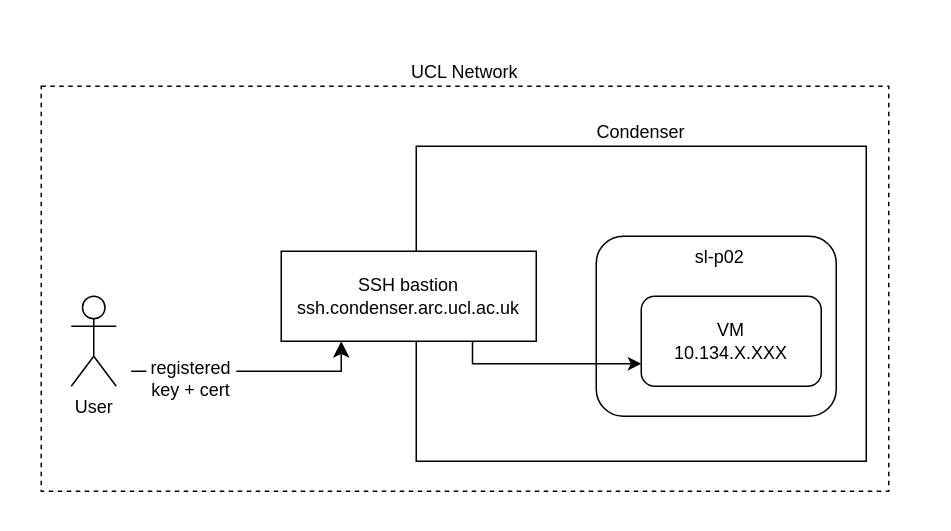
Before: page "SSH" (3 of 4) of assets/intro-to-condenser.drawio in UCL-ARC/condenser-workshop-intro, a draw.io diagram. Source tidied: cells renumbered, new cells numbered last; positions are measured from the earlier drawing's top-left corner, leaving out a move shared by most shapes. Both pictures are drawn from the tidied source at 150%, with x=0, y=0 at pixel (40, 56).
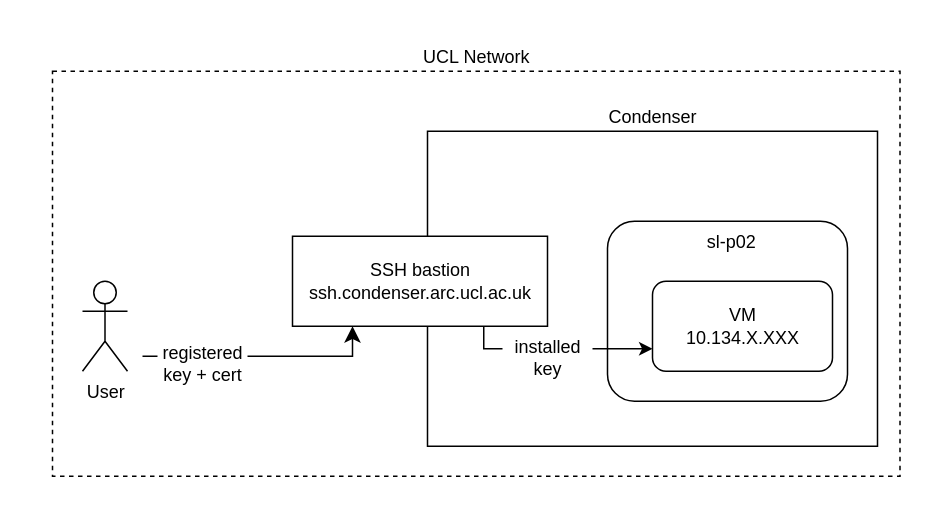
The same page after the edit.

Diff of the diagram source:
```diff
@@
 <mxGraphModel background="#ffffff">
   <root>
     <mxCell id="0" />
     <mxCell id="1" parent="0" />
-    <mxCell id="2" style="rounded=0;whiteSpace=wrap;html=1;strokeColor=none;" parent="1" vertex="1">
-      <mxGeometry width="570" height="290" as="geometry" />
-    </mxCell>
+    <mxCell id="13" style="rounded=0;whiteSpace=wrap;html=1;strokeColor=none;" parent="1" vertex="1">
+      <mxGeometry x="-10" y="-20" width="600" height="320" as="geometry" />
+    </mxCell>
+    <mxCell id="14" style="group;" parent="1" vertex="1">
+      <mxGeometry x="7.5" y="10" width="565" height="270" as="geometry" />
+    </mxCell>
-    <mxCell id="3" value="UCL Network" style="rounded=0;whiteSpace=wrap;html=1;dashed=1;align=center;labelPosition=center;verticalLabelPosition=top;verticalAlign=bottom;" parent="1" vertex="1">
-      <mxGeometry y="20" width="565" height="270" as="geometry" />
+    <mxCell id="3" value="UCL Network" style="rounded=0;whiteSpace=wrap;html=1;dashed=1;align=center;labelPosition=center;verticalLabelPosition=top;verticalAlign=bottom;" parent="14" vertex="1">
+      <mxGeometry width="565" height="270" as="geometry" />
     </mxCell>
-    <mxCell id="4" value="Condenser" style="rounded=0;whiteSpace=wrap;html=1;labelPosition=center;verticalLabelPosition=top;align=center;verticalAlign=bottom;" parent="1" vertex="1">
-      <mxGeometry x="250" y="60" width="300" height="210" as="geometry" />
+    <mxCell id="4" value="Condenser" style="rounded=0;whiteSpace=wrap;html=1;labelPosition=center;verticalLabelPosition=top;align=center;verticalAlign=bottom;" parent="14" vertex="1">
+      <mxGeometry x="250" y="40" width="300" height="210" as="geometry" />
     </mxCell>
-    <mxCell id="5" value="SSH bastion&lt;div&gt;ssh.condenser.arc.ucl.ac.uk&lt;/div&gt;" style="rounded=0;whiteSpace=wrap;html=1;" parent="1" vertex="1">
-      <mxGeometry x="160" y="130" width="170" height="60" as="geometry" />
+    <mxCell id="5" value="SSH bastion&lt;div&gt;ssh.condenser.arc.ucl.ac.uk&lt;/div&gt;" style="rounded=0;whiteSpace=wrap;html=1;" parent="14" vertex="1">
+      <mxGeometry x="160" y="110" width="170" height="60" as="geometry" />
     </mxCell>
-    <mxCell id="6" value="User" style="shape=umlActor;verticalLabelPosition=bottom;verticalAlign=top;html=1;" parent="1" vertex="1">
-      <mxGeometry x="20" y="160" width="30" height="60" as="geometry" />
+    <mxCell id="6" value="User" style="shape=umlActor;verticalLabelPosition=bottom;verticalAlign=top;html=1;" parent="14" vertex="1">
+      <mxGeometry x="20" y="140" width="30" height="60" as="geometry" />
     </mxCell>
-    <mxCell id="7" style="edgeStyle=segmentEdgeStyle;endArrow=classic;html=1;curved=0;rounded=0;endSize=8;startSize=8;" parent="1" edge="1">
+    <mxCell id="7" style="edgeStyle=segmentEdgeStyle;endArrow=classic;html=1;curved=0;rounded=0;endSize=8;startSize=8;" parent="14" edge="1">
       <mxGeometry relative="1" as="geometry">
-        <mxPoint x="60" y="210" as="sourcePoint" />
-        <mxPoint x="200" y="190" as="targetPoint" />
+        <mxPoint x="60" y="190" as="sourcePoint" />
+        <mxPoint x="200" y="170" as="targetPoint" />
       </mxGeometry>
     </mxCell>
-    <mxCell id="8" style="group;" parent="1" vertex="1">
-      <mxGeometry x="370" y="90" width="160" height="150" as="geometry" />
+    <mxCell id="8" style="group;" parent="14" vertex="1">
+      <mxGeometry x="370" y="70" width="160" height="150" as="geometry" />
     </mxCell>
     <mxCell id="9" value="sl-p02" style="rounded=1;whiteSpace=wrap;html=1;align=center;verticalAlign=top;spacingLeft=5;" parent="8" vertex="1">
       <mxGeometry y="30" width="160" height="120" as="geometry" />
     </mxCell>
     <mxCell id="10" value="VM&lt;div&gt;10.134.X.XXX&lt;/div&gt;" style="rounded=1;whiteSpace=wrap;html=1;" parent="8" vertex="1">
       <mxGeometry x="30" y="70" width="120" height="60" as="geometry" />
     </mxCell>
-    <mxCell id="11" style="edgeStyle=orthogonalEdgeStyle;rounded=0;jettySize=auto;html=1;exitX=0.75;exitY=1;exitDx=0;exitDy=0;entryX=0;entryY=0.75;entryDx=0;entryDy=0;" parent="1" edge="1" source="5" target="10">
+    <mxCell id="11" style="edgeStyle=orthogonalEdgeStyle;rounded=0;jettySize=auto;html=1;exitX=0.75;exitY=1;exitDx=0;exitDy=0;entryX=0;entryY=0.75;entryDx=0;entryDy=0;" parent="14" edge="1" source="5" target="10">
       <mxGeometry relative="1" as="geometry">
         <Array as="points">
-          <mxPoint x="288" y="205" />
+          <mxPoint x="288" y="185" />
         </Array>
       </mxGeometry>
     </mxCell>
-    <mxCell id="12" value="registered key + cert" style="text;html=1;align=center;verticalAlign=middle;whiteSpace=wrap;rounded=0;fillColor=default;" parent="1" vertex="1">
-      <mxGeometry x="70" y="200" width="60" height="30" as="geometry" />
+    <mxCell id="12" value="registered key + cert" style="text;html=1;align=center;verticalAlign=middle;whiteSpace=wrap;rounded=0;fillColor=default;" parent="14" vertex="1">
+      <mxGeometry x="70" y="180" width="60" height="30" as="geometry" />
     </mxCell>
+    <mxCell id="15" value="installed key" style="text;html=1;align=center;verticalAlign=middle;whiteSpace=wrap;rounded=0;fillColor=default;" parent="14" vertex="1">
+      <mxGeometry x="300" y="176" width="60" height="30" as="geometry" />
+    </mxCell>
   </root>
 </mxGraphModel>
```
